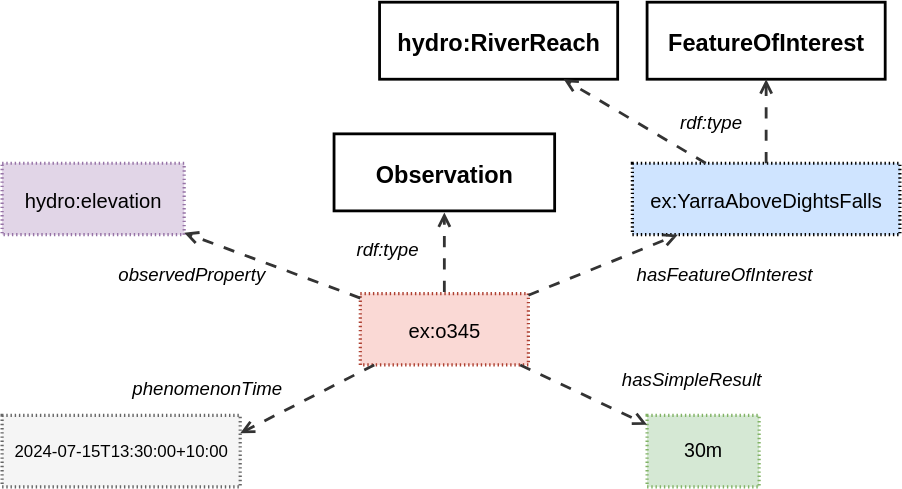
Before: ssn/images/domain-feature-observed.svg, a diagram exported from draw.io (w3c/sdw-sosa-ssn). Source tidied: cells renumbered, new cells last; positions are measured from the earlier drawing's top-left corner, leaving out a move shared by most shapes.
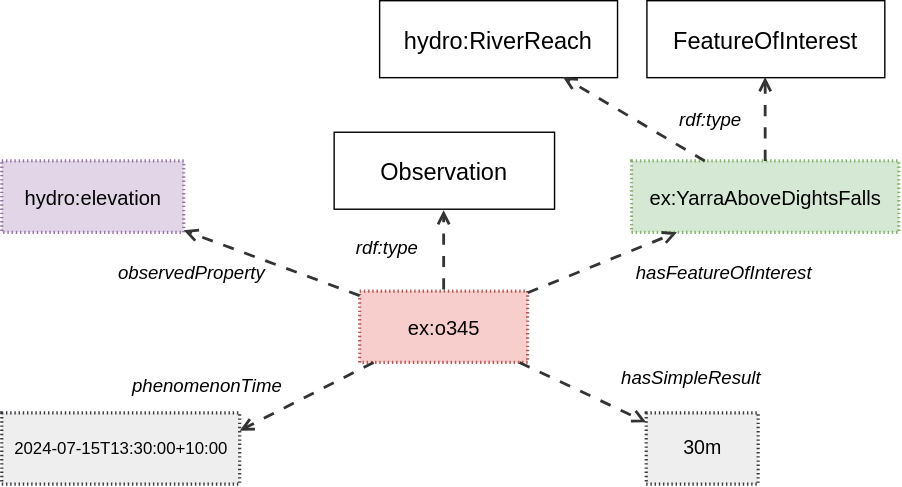
Later version of the same file.

Commit message:
Consistent diagram colours

Change to the diagram source:
```diff
@@ -2,10 +2,10 @@
   <root>
     <mxCell id="0" />
     <mxCell id="1" parent="0" />
-    <mxCell id="2" value="ex:o345" style="html=1;overflow=block;blockSpacing=1;whiteSpace=wrap;fontSize=14.4;fontFamily=Helvetica;align=center;spacing=0;strokeOpacity=100;fillOpacity=100;fillColor=#fad9d5;dashed=1;fixDash=1;dashPattern=1 2;strokeWidth=2.3;strokeColor=#ae4132;fontColor=default;convertToSvg=1;" parent="1" vertex="1">
+    <mxCell id="2" value="ex:o345" style="html=1;overflow=block;blockSpacing=1;whiteSpace=wrap;fontSize=14.4;fontFamily=Helvetica;align=center;spacing=0;strokeOpacity=100;fillOpacity=100;fillColor=#f8cecc;dashed=1;fixDash=1;dashPattern=1 2;strokeWidth=2.3;strokeColor=#b85450;convertToSvg=1;" parent="1" vertex="1">
       <mxGeometry x="255.8" y="208" width="120" height="51" as="geometry" />
     </mxCell>
-    <mxCell id="3" value="Observation" style="html=1;overflow=block;blockSpacing=1;whiteSpace=wrap;fontSize=16.8;fontColor=default;fontStyle=1;align=center;spacing=0;strokeOpacity=100;fillOpacity=0;fillColor=#000000;strokeWidth=2;convertToSvg=1;" parent="1" vertex="1">
+    <mxCell id="3" value="Observation" style="html=1;overflow=block;blockSpacing=1;whiteSpace=wrap;fontSize=16.8;fontColor=default;fontStyle=0;align=center;spacing=0;strokeOpacity=100;fillOpacity=0;fillColor=#000000;strokeWidth=1;convertToSvg=1;" parent="1" vertex="1">
       <mxGeometry x="237" y="94" width="157.5" height="55" as="geometry" />
     </mxCell>
     <mxCell id="4" value="rdf:type" style="html=1;overflow=block;blockSpacing=1;whiteSpace=wrap;fontSize=13.3;fontStyle=2;align=left;spacing=3.8;verticalAlign=top;strokeColor=none;fillOpacity=0;fillColor=#ffffff;dashed=1;fixDash=1;dashPattern=16 6;strokeWidth=0;lucidId=0ZtLoD1I2n68;fontColor=default;convertToSvg=1;" parent="1" vertex="1">
@@ -14,13 +14,13 @@
     <mxCell id="5" style="html=1;jettySize=18;whiteSpace=wrap;fontSize=13;strokeColor=#333333;strokeOpacity=100;dashed=1;fixDash=1;dashPattern=8 8;strokeWidth=2;rounded=0;startArrow=none;endArrow=open;exitX=0.5;exitY=-0.022;exitPerimeter=0;entryX=0.5;entryY=1.021;entryPerimeter=0;lucidId=0ZtLjH5MFli1;fontColor=default;convertToSvg=1;" parent="1" edge="1" source="2" target="3">
       <mxGeometry relative="1" as="geometry" />
     </mxCell>
-    <mxCell id="6" value="ex:YarraAboveDightsFalls" style="html=1;overflow=block;blockSpacing=1;whiteSpace=wrap;fontSize=14.4;fontFamily=Helvetica;fontColor=default;align=center;spacing=0;strokeOpacity=100;fillOpacity=100;fillColor=#cfe4ff;dashed=1;fixDash=1;dashPattern=1 2;strokeWidth=2.3;convertToSvg=1;" parent="1" vertex="1">
+    <mxCell id="6" value="ex:YarraAboveDightsFalls" style="html=1;overflow=block;blockSpacing=1;whiteSpace=wrap;fontSize=14.4;fontFamily=Helvetica;align=center;spacing=0;strokeOpacity=100;fillOpacity=100;fillColor=#d5e8d4;dashed=1;fixDash=1;dashPattern=1 2;strokeWidth=2.3;convertToSvg=1;strokeColor=#82b366;" parent="1" vertex="1">
       <mxGeometry x="450" y="115" width="191" height="51" as="geometry" />
     </mxCell>
     <mxCell id="7" value="hydro:elevation" style="html=1;overflow=block;blockSpacing=1;whiteSpace=wrap;fontSize=14.4;fontFamily=Helvetica;align=center;spacing=0;strokeOpacity=100;fillOpacity=100;fillColor=#e1d5e7;dashed=1;fixDash=1;dashPattern=1 2;strokeWidth=2.3;strokeColor=#9673a6;fontColor=default;convertToSvg=1;" parent="1" vertex="1">
       <mxGeometry y="115" width="130" height="51" as="geometry" />
     </mxCell>
-    <mxCell id="8" value="&lt;font style=&quot;font-size: 12px;&quot;&gt;2024-07-15T13:30:00+10:00&lt;/font&gt;" style="html=1;overflow=block;blockSpacing=1;whiteSpace=wrap;fontSize=10;fontFamily=Helvetica;fontColor=default;align=center;spacing=0;strokeOpacity=100;fillOpacity=100;fillColor=#f5f5f5;dashed=1;fixDash=1;dashPattern=1 2;strokeWidth=2.3;strokeColor=#666666;convertToSvg=1;" parent="1" vertex="1">
+    <mxCell id="8" value="&lt;font style=&quot;font-size: 12px;&quot;&gt;2024-07-15T13:30:00+10:00&lt;/font&gt;" style="html=1;overflow=block;blockSpacing=1;whiteSpace=wrap;fontSize=10;fontFamily=Helvetica;align=center;spacing=0;strokeOpacity=100;fillOpacity=100;fillColor=#eeeeee;dashed=1;fixDash=1;dashPattern=1 2;strokeWidth=2.3;strokeColor=#36393d;convertToSvg=1;" parent="1" vertex="1">
       <mxGeometry y="295" width="170" height="51" as="geometry" />
     </mxCell>
     <mxCell id="9" style="html=1;jettySize=18;whiteSpace=wrap;fontSize=13;strokeColor=#333333;strokeOpacity=100;dashed=1;fixDash=1;dashPattern=8 8;strokeWidth=2;rounded=0;startArrow=none;endArrow=open;lucidId=0ZtL0HBQd7HC;fontColor=default;convertToSvg=1;" parent="1" edge="1" source="2" target="6">
@@ -41,7 +41,7 @@
     <mxCell id="14" value="hasFeatureOfInterest" style="html=1;overflow=block;blockSpacing=1;whiteSpace=wrap;fontSize=13.3;fontStyle=2;align=left;spacing=3.8;verticalAlign=top;strokeColor=none;fillOpacity=0;fillColor=#ffffff;dashed=1;fixDash=1;dashPattern=16 6;strokeWidth=0;lucidId=0ZtLjIqilOCG;fontColor=default;convertToSvg=1;" parent="1" vertex="1">
       <mxGeometry x="450" y="184" width="101" height="24" as="geometry" />
     </mxCell>
-    <mxCell id="15" value="&lt;font style=&quot;font-size: 14px;&quot;&gt;30m&lt;/font&gt;" style="html=1;overflow=block;blockSpacing=1;whiteSpace=wrap;fontSize=10;fontFamily=Helvetica;align=center;spacing=0;strokeOpacity=100;fillOpacity=100;fillColor=#d5e8d4;dashed=1;fixDash=1;dashPattern=1 2;strokeWidth=2.3;strokeColor=#82b366;fontColor=default;convertToSvg=1;" parent="1" vertex="1">
+    <mxCell id="15" value="&lt;font style=&quot;font-size: 14px;&quot;&gt;30m&lt;/font&gt;" style="html=1;overflow=block;blockSpacing=1;whiteSpace=wrap;fontSize=10;fontFamily=Helvetica;align=center;spacing=0;strokeOpacity=100;fillOpacity=100;fillColor=#eeeeee;dashed=1;fixDash=1;dashPattern=1 2;strokeWidth=2.3;strokeColor=#36393d;convertToSvg=1;" parent="1" vertex="1">
       <mxGeometry x="460.5" y="295" width="80" height="51" as="geometry" />
     </mxCell>
     <mxCell id="16" style="html=1;jettySize=18;whiteSpace=wrap;fontSize=13;strokeColor=#333333;strokeOpacity=100;dashed=1;fixDash=1;dashPattern=8 8;strokeWidth=2;rounded=0;startArrow=none;endArrow=open;lucidId=0ZtL0HBQd7HC;fontColor=default;convertToSvg=1;" parent="1" edge="1" source="2" target="15">
@@ -50,7 +50,7 @@
     <mxCell id="17" value="hasSimpleResult" style="html=1;overflow=block;blockSpacing=1;whiteSpace=wrap;fontSize=13.3;fontStyle=2;align=left;spacing=3.8;verticalAlign=top;strokeColor=none;fillOpacity=0;fillColor=#ffffff;dashed=1;fixDash=1;dashPattern=16 6;strokeWidth=0;lucidId=0ZtLjIqilOCG;fontColor=default;convertToSvg=1;" parent="1" vertex="1">
       <mxGeometry x="439.5" y="259" width="101" height="24" as="geometry" />
     </mxCell>
-    <mxCell id="18" value="FeatureOfInterest" style="html=1;overflow=block;blockSpacing=1;whiteSpace=wrap;fontSize=16.8;fontColor=default;fontStyle=1;align=center;spacing=0;strokeOpacity=100;fillOpacity=0;fillColor=#000000;strokeWidth=2;convertToSvg=1;" parent="1" vertex="1">
+    <mxCell id="18" value="FeatureOfInterest" style="html=1;overflow=block;blockSpacing=1;whiteSpace=wrap;fontSize=16.8;fontColor=default;fontStyle=0;align=center;spacing=0;strokeOpacity=100;fillOpacity=0;fillColor=#000000;strokeWidth=1;convertToSvg=1;" parent="1" vertex="1">
       <mxGeometry x="460.5" width="170" height="55" as="geometry" />
     </mxCell>
     <mxCell id="19" style="html=1;jettySize=18;whiteSpace=wrap;fontSize=13;strokeColor=#333333;strokeOpacity=100;dashed=1;fixDash=1;dashPattern=8 8;strokeWidth=2;rounded=0;startArrow=none;endArrow=open;lucidId=0ZtLjH5MFli1;fontColor=default;convertToSvg=1;" parent="1" edge="1" source="6" target="18">
@@ -59,7 +59,7 @@
     <mxCell id="20" value="rdf:type" style="html=1;overflow=block;blockSpacing=1;whiteSpace=wrap;fontSize=13.3;fontStyle=2;align=left;spacing=3.8;verticalAlign=top;strokeColor=none;fillOpacity=0;fillColor=#ffffff;dashed=1;fixDash=1;dashPattern=16 6;strokeWidth=0;lucidId=0ZtLoD1I2n68;fontColor=default;convertToSvg=1;" parent="1" vertex="1">
       <mxGeometry x="481" y="75" width="70" height="28" as="geometry" />
     </mxCell>
-    <mxCell id="21" value="hydro:RiverReach" style="html=1;overflow=block;blockSpacing=1;whiteSpace=wrap;fontSize=16.8;fontColor=default;fontStyle=1;align=center;spacing=0;strokeOpacity=100;fillOpacity=0;fillColor=#000000;strokeWidth=2;convertToSvg=1;" parent="1" vertex="1">
+    <mxCell id="21" value="hydro:RiverReach" style="html=1;overflow=block;blockSpacing=1;whiteSpace=wrap;fontSize=16.8;fontColor=default;fontStyle=0;align=center;spacing=0;strokeOpacity=100;fillOpacity=0;fillColor=#000000;strokeWidth=1;convertToSvg=1;" parent="1" vertex="1">
       <mxGeometry x="269.5" width="170" height="55" as="geometry" />
     </mxCell>
     <mxCell id="22" style="html=1;jettySize=18;whiteSpace=wrap;fontSize=13;strokeColor=#333333;strokeOpacity=100;dashed=1;fixDash=1;dashPattern=8 8;strokeWidth=2;rounded=0;startArrow=none;endArrow=open;lucidId=0ZtLjH5MFli1;fontColor=default;convertToSvg=1;" parent="1" edge="1" source="6" target="21">
```
